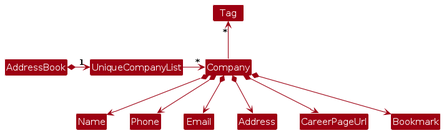
Earlier version of the PlantUML export diagrams/BetterModelClassDiagram.png (AY2425S1-CS2103T-F10-4/tp). Its source is kept beside it as diagrams/BetterModelClassDiagram.puml. Its diagram source:
```plantuml
@startuml
!include style.puml
skinparam arrowThickness 1.1
skinparam arrowColor MODEL_COLOR
skinparam classBackgroundColor MODEL_COLOR

AddressBook *-right-> "1" UniqueCompanyList

UniqueCompanyList -right-> "*" Company

Company -up-> "*" Tag

Company *--> Name
Company *--> Phone
Company *--> Email
Company *--> Address
Company *--> CareerPageUrl
Company *--> Bookmark
@enduml
```
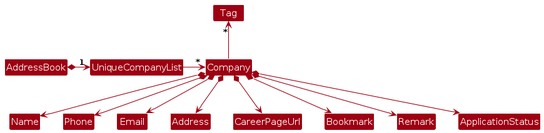
Later version of the same file.

What changed in the source:
```diff
@@ -16,4 +16,6 @@
 Company *--> Address
 Company *--> CareerPageUrl
 Company *--> Bookmark
+Company *--> Remark
+Company *--> ApplicationStatus
 @enduml
```
